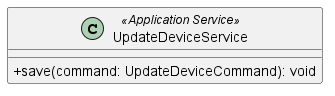
GroupRubberDuck/Documentazione keeps this PlantUML diagram as src/PB/DocumentazioneEsterna/Specifica_Tecnica/content/05-diagrammi-classi/uml/png/UpdateDevice/UpdateDeviceService.png. Above is the earlier version. Its diagram source:
```plantuml
@startuml UpdateDeviceService
skinparam classAttributeIconSize 0
class UpdateDeviceService <<Application Service>> {
    + save(command: UpdateDeviceCommand): void
}

@enduml
```
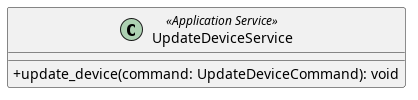
After the change.

What changed in the source:
```diff
@@ -1,7 +1,7 @@
 @startuml UpdateDeviceService
 skinparam classAttributeIconSize 0
 class UpdateDeviceService <<Application Service>> {
-    + save(command: UpdateDeviceCommand): void
+    + update_device(command: UpdateDeviceCommand): void
 }
 
 @enduml
```
